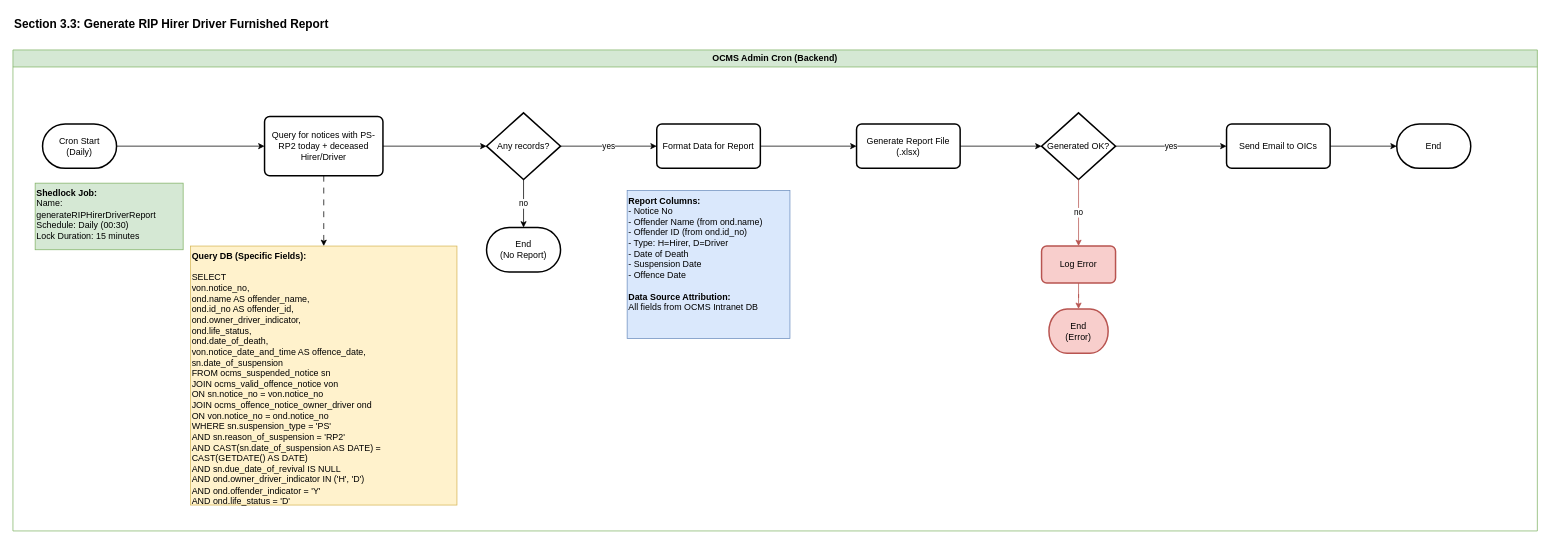
This is page "Section_3_RIP_Report" (3 of 4) of OCMS 14/Section 3/OCMS14-Technical_Flowchart_Section_3.drawio from rafifmgg/techdoc, a draw.io file, before an edit. Source tidied: cells renumbered, new cells numbered last; positions are measured from the earlier drawing's top-left corner, leaving out a move shared by most shapes. Both pictures are drawn from the tidied source at 74%, with x=0, y=0 at pixel (13, 13).
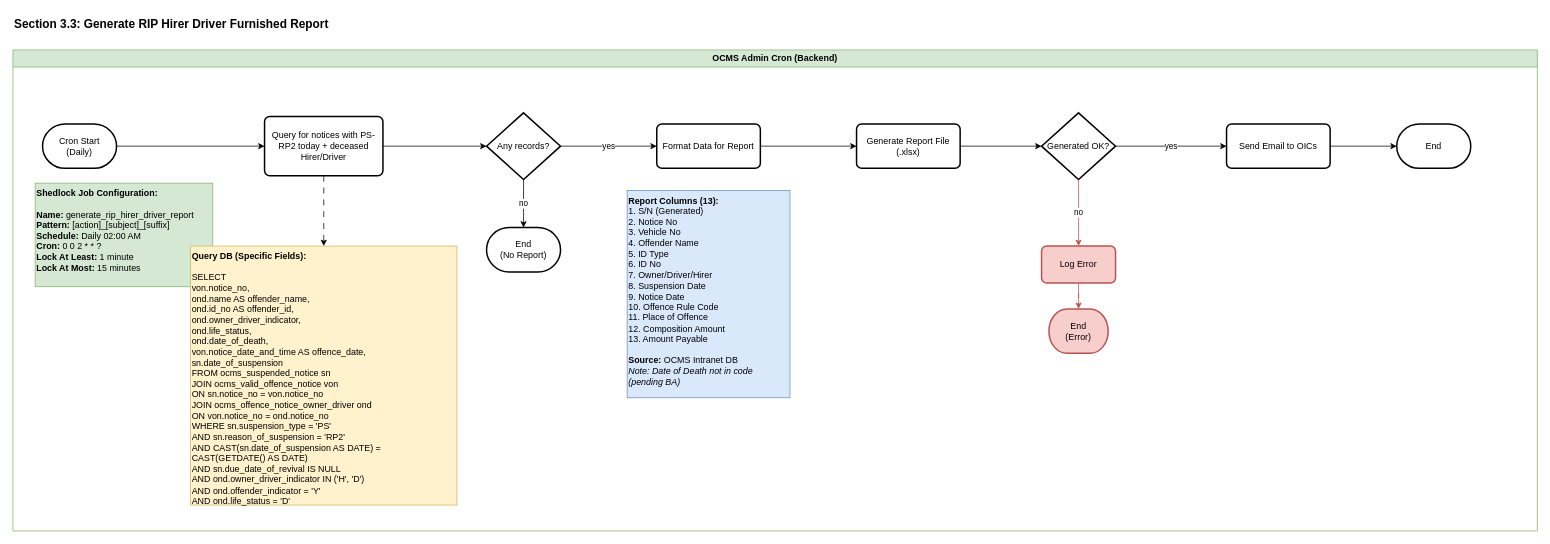
The same page after the edit.

The change refers to these unchanged cells:
```xml
<mxCell id="3" value="OCMS Admin Cron (Backend)" style="swimlane;whiteSpace=wrap;html=1;fillColor=#d5e8d4;strokeColor=#82b366;" parent="1" vertex="1">
  <mxGeometry y="50" width="2060" height="650" as="geometry" />
</mxCell>
```

The edit, as a diff of the source:
```diff
@@
-    <mxCell id="5" value="&lt;b&gt;Shedlock Job:&lt;/b&gt;&lt;br&gt;Name: generateRIPHirerDriverReport&lt;br&gt;Schedule: Daily (00:30)&lt;br&gt;Lock Duration: 15 minutes" style="text;html=1;whiteSpace=wrap;strokeColor=#82b366;fillColor=#d5e8d4;align=left;verticalAlign=top;rounded=0;" parent="3" vertex="1">
-      <mxGeometry x="30" y="180" width="200" height="90" as="geometry" />
+    <mxCell id="5" value="&lt;b&gt;Shedlock Job Configuration:&lt;/b&gt;&lt;br&gt;&lt;br&gt;&lt;b&gt;Name:&lt;/b&gt; generate_rip_hirer_driver_report&lt;br&gt;&lt;b&gt;Pattern:&lt;/b&gt; [action]_[subject]_[suffix]&lt;br&gt;&lt;b&gt;Schedule:&lt;/b&gt; Daily 02:00 AM&lt;br&gt;&lt;b&gt;Cron:&lt;/b&gt; 0 0 2 * * ?&lt;br&gt;&lt;b&gt;Lock At Least:&lt;/b&gt; 1 minute&lt;br&gt;&lt;b&gt;Lock At Most:&lt;/b&gt; 15 minutes&lt;div&gt;&lt;br/&gt;&lt;/div&gt;" style="text;html=1;whiteSpace=wrap;strokeColor=#82b366;fillColor=#d5e8d4;align=left;verticalAlign=top;rounded=0;" parent="3" vertex="1">
+      <mxGeometry x="30" y="180" width="240" height="140" as="geometry" />
     </mxCell>
@@
-    <mxCell id="26" value="&lt;b&gt;Report Columns:&lt;/b&gt;&lt;br&gt;- Notice No&lt;br&gt;- Offender Name (from ond.name)&lt;br&gt;- Offender ID (from ond.id_no)&lt;br&gt;- Type: H=Hirer, D=Driver&lt;br&gt;- Date of Death&lt;br&gt;- Suspension Date&lt;br&gt;- Offence Date&lt;br&gt;&lt;br&gt;&lt;b&gt;Data Source Attribution:&lt;/b&gt;&lt;br&gt;All fields from OCMS Intranet DB" style="text;html=1;whiteSpace=wrap;strokeColor=#6c8ebf;fillColor=#dae8fc;align=left;verticalAlign=top;rounded=0;" parent="3" vertex="1">
-      <mxGeometry x="830" y="190" width="220" height="200" as="geometry" />
+    <mxCell id="26" value="&lt;b&gt;Report Columns (13):&lt;/b&gt;&lt;br&gt;1. S/N (Generated)&lt;br&gt;2. Notice No&lt;br&gt;3. Vehicle No&lt;br&gt;4. Offender Name&lt;br&gt;5. ID Type&lt;br&gt;6. ID No&lt;br&gt;7. Owner/Driver/Hirer&lt;br&gt;8. Suspension Date&lt;br&gt;9. Notice Date&lt;br&gt;10. Offence Rule Code&lt;br&gt;11. Place of Offence&lt;br&gt;12. Composition Amount&lt;br&gt;13. Amount Payable&lt;br&gt;&lt;br&gt;&lt;b&gt;Source:&lt;/b&gt; OCMS Intranet DB&lt;br&gt;&lt;i&gt;Note: Date of Death not in code (pending BA)&lt;/i&gt;" style="text;html=1;whiteSpace=wrap;strokeColor=#6c8ebf;fillColor=#dae8fc;align=left;verticalAlign=top;rounded=0;" parent="3" vertex="1">
+      <mxGeometry x="830" y="190" width="220" height="280" as="geometry" />
     </mxCell>
```
